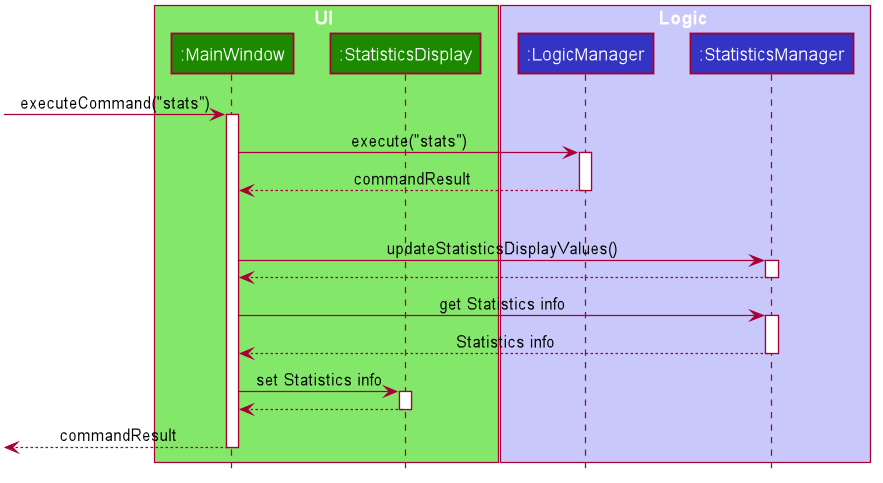
The PlantUML diagram docs/images/StatisticsUiSequenceDiagram.png in AY1920S2-CS2103T-W16-01/main, before a commit.
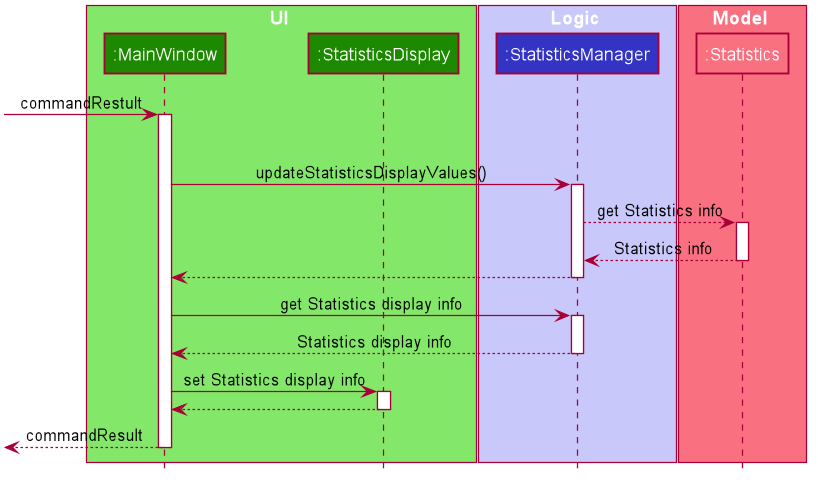
The same file after the commit.

The edit, as a diff of the source:
```diff
@@ -54,32 +54,36 @@
 end box
 
 box Logic #C8C8FA
-participant ":LogicManager" as LogicManager #3333C4
 participant ":StatisticsManager" as StatisticsManager #3333C4
 end box
 
-[-> MainWindow : executeCommand("stats")
+box Model #F97181
+participant ":Statistics" as Statistics #F97181
+end box
+
+[-> MainWindow : commandRestult
 activate MainWindow
-
-MainWindow -> LogicManager: execute("stats")
-activate LogicManager
-
-LogicManager --> MainWindow: commandResult
-deactivate LogicManager
 
 opt is SortCommandResult
 MainWindow -> StatisticsManager: updateStatisticsDisplayValues()
 activate StatisticsManager
 
+StatisticsManager --> Statistics: get Statistics info
+activate Statistics
+
+Statistics --> StatisticsManager: Statistics info
+deactivate Statistics
+
 StatisticsManager --> MainWindow
 deactivate StatisticsManager
 
-MainWindow -> StatisticsManager: get Statistics info
+MainWindow -> StatisticsManager: get Statistics display info
 activate StatisticsManager
-StatisticsManager --> MainWindow: Statistics info
+
+StatisticsManager --> MainWindow: Statistics display info
 deactivate StatisticsManager
 
-MainWindow -> StatisticsDisplay: set Statistics info
+MainWindow -> StatisticsDisplay: set Statistics display info
 activate StatisticsDisplay
 StatisticsDisplay --> MainWindow:
 deactivate StatisticsDisplay
```
